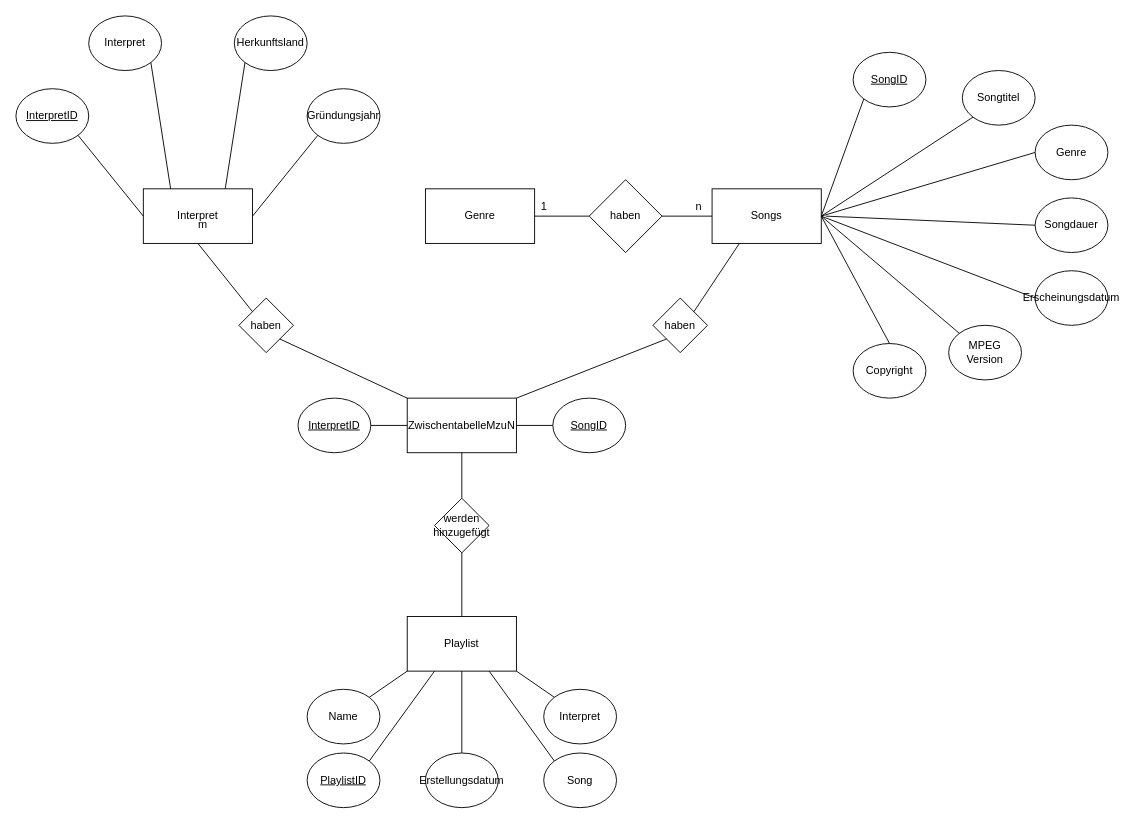
This is Untitled Diagram.drawio from ManuelEderr/Musikverwaltung, a draw.io file, before an edit. Source tidied: cells renumbered, new cells numbered last; positions are measured from the earlier drawing's top-left corner, leaving out a move shared by most shapes. Both pictures are drawn from the tidied source at 91%, with x=0, y=0 at pixel (15, 15).
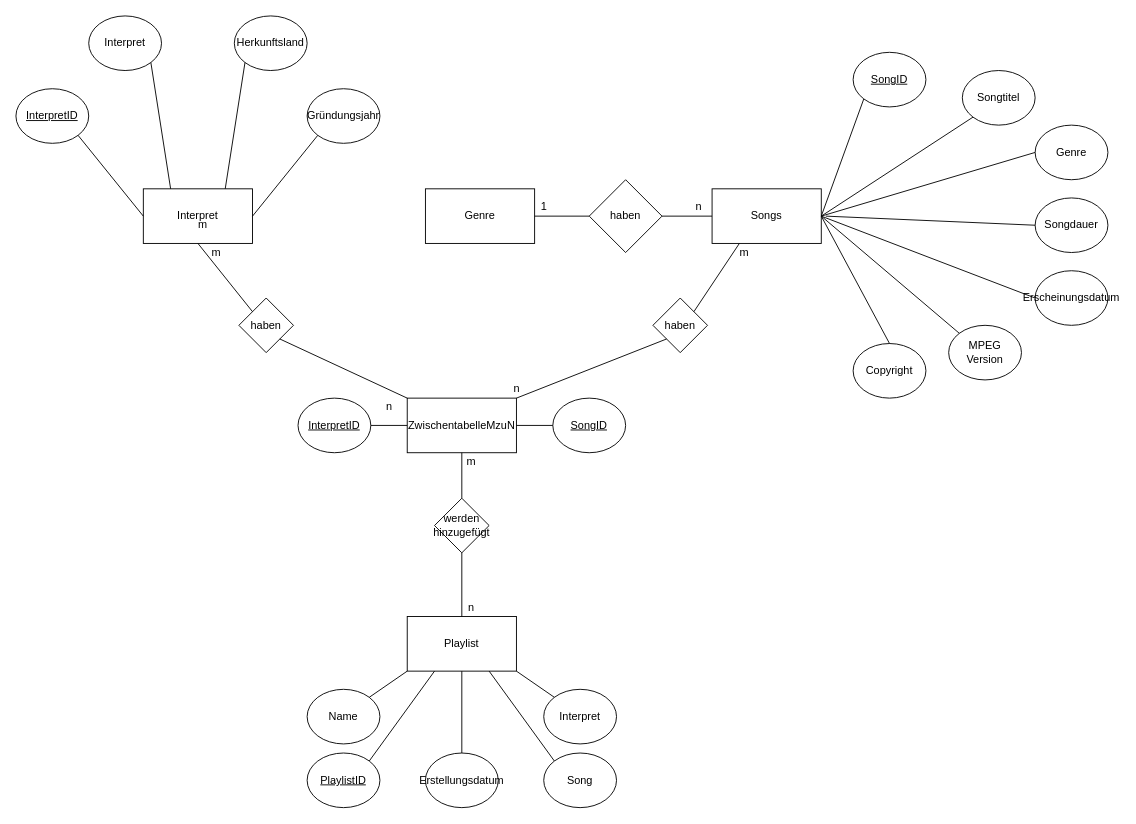
After the change.

Diff of the diagram source:
```diff
@@
+    <mxCell id="58" value="m" style="text;html=1;align=center;verticalAlign=middle;strokeColor=none;fillColor=none;" parent="1" vertex="1">
+      <mxGeometry x="205" y="250" width="30" height="20" as="geometry" />
+    </mxCell>
+    <mxCell id="59" value="n" style="text;html=1;align=center;verticalAlign=middle;strokeColor=none;fillColor=none;" parent="1" vertex="1">
+      <mxGeometry x="400" y="420" width="20" height="20" as="geometry" />
+    </mxCell>
+    <mxCell id="60" value="n" style="text;html=1;align=center;verticalAlign=middle;strokeColor=none;fillColor=none;" parent="1" vertex="1">
+      <mxGeometry x="540" y="400" width="20" height="20" as="geometry" />
+    </mxCell>
+    <mxCell id="61" value="m" style="text;html=1;align=center;verticalAlign=middle;strokeColor=none;fillColor=none;" parent="1" vertex="1">
+      <mxGeometry x="785" y="250" width="30" height="20" as="geometry" />
+    </mxCell>
+    <mxCell id="62" value="m" style="text;html=1;align=center;verticalAlign=middle;strokeColor=none;fillColor=none;" parent="1" vertex="1">
+      <mxGeometry x="485" y="480" width="30" height="20" as="geometry" />
+    </mxCell>
+    <mxCell id="63" value="n" style="text;html=1;align=center;verticalAlign=middle;strokeColor=none;fillColor=none;" parent="1" vertex="1">
+      <mxGeometry x="490" y="640" width="20" height="20" as="geometry" />
+    </mxCell>
```
